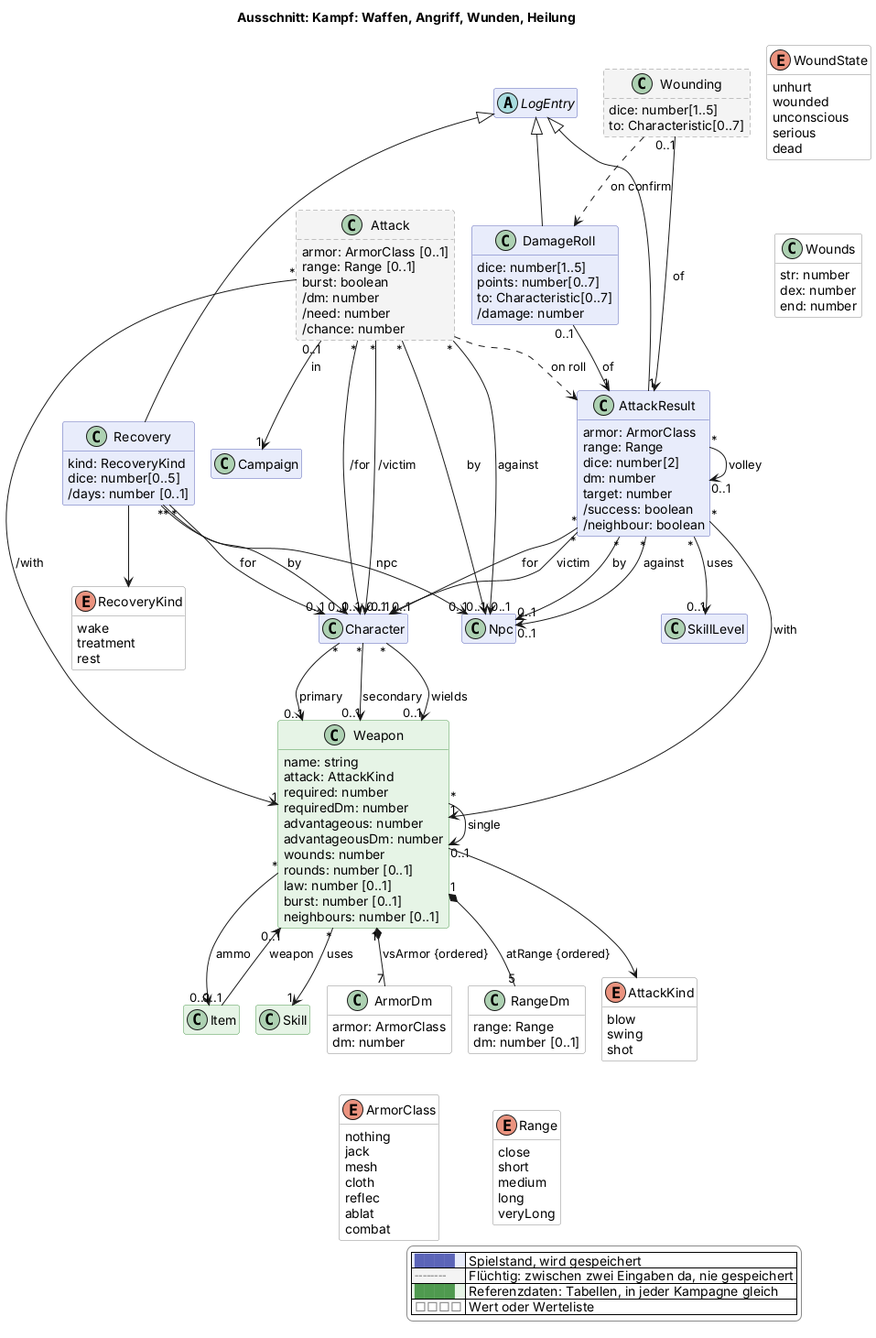
The PlantUML diagram docs/views/kampf.png in scuzzar/SRE, before a commit.
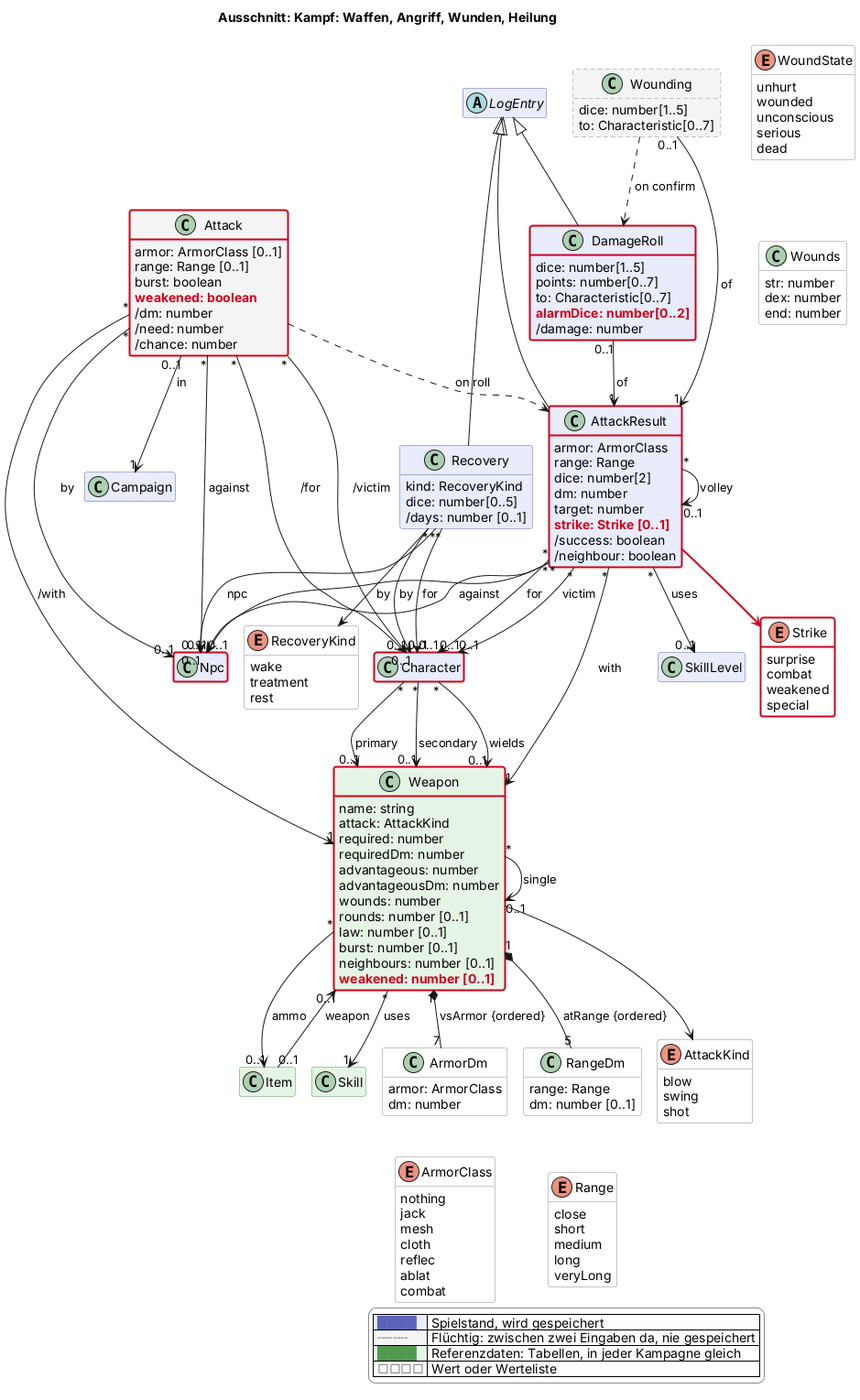
The same file after the commit.

The edit, as a diff of the source:
```diff
@@ -72,6 +72,7 @@
     armor: ArmorClass [0..1]
     range: Range [0..1]
     burst: boolean
+    $new("2026-11-07d", "weakened: boolean")
     /dm: number
     /need: number
     /chance: number
@@ -82,8 +83,15 @@
     dice: number[2]
     dm: number
     target: number
+    $new("2026-11-07d", "strike: Strike [0..1]")
     /success: boolean
     /neighbour: boolean
+  }
+  enum Strike <<value>> $kampf $newClass("2026-11-07d") {
+    surprise
+    combat
+    weakened
+    special
   }
   class Recovery $kampf {
     kind: RecoveryKind
@@ -99,6 +107,7 @@
     dice: number[1..5]
     points: number[0..7]
     to: Characteristic[0..7]
+    $new("2026-11-07d", "alarmDice: number[0..2]")
     /damage: number
   }
   class Wounding <<transient>> $kampf {
@@ -133,6 +142,7 @@
     law: number [0..1]
     burst: number [0..1]
     neighbours: number [0..1]
+    $new("2026-11-07d", "weakened: number [0..1]")
   }
   class ArmorDm <<value>> $kampf {
     armor: ArmorClass
@@ -205,6 +215,7 @@
 AttackResult "*" --> "1" Weapon : with
 AttackResult "*" --> "0..1" SkillLevel : uses
 AttackResult "*" --> "0..1" AttackResult : volley
+AttackResult -$newArrow("2026-11-07d")-> Strike
 DamageRoll "0..1" --> "1" AttackResult : of
 Wounding "0..1" --> "1" AttackResult : of
 Wounding ..> DamageRoll : on confirm
@@ -219,4 +230,10 @@
   |<#e6f4e6> <color:#4f9a4f>████</color> | Referenzdaten: Tabellen, in jeder Kampagne gleich |
   |<#ffffff> <color:#8a8a8a>□□□□</color> | Wert oder Werteliste |
 endlegend
+class Character #line:d0021b;line.bold
+class Attack #line:d0021b;line.bold
+class AttackResult #line:d0021b;line.bold
+class DamageRoll #line:d0021b;line.bold
+class Npc #line:d0021b;line.bold
+class Weapon #line:d0021b;line.bold
 @enduml
```
